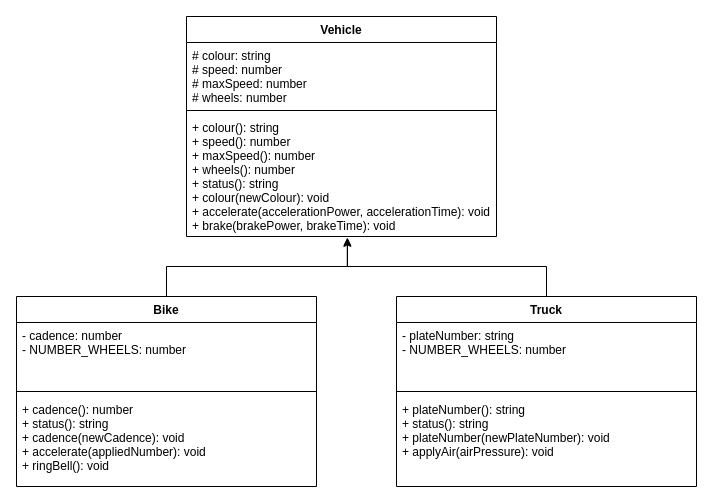
Above: Unit2-09/design/class_diagram.drawio in Kenny-Le-281/ICS4U-Unit2-Kenny-Le (draw.io), before the change. Source tidied: cells renumbered, new cells numbered last; positions are measured from the earlier drawing's top-left corner, leaving out a move shared by most shapes. Both pictures are drawn from the tidied source at 100%, with x=0, y=0 at pixel (16, 16).
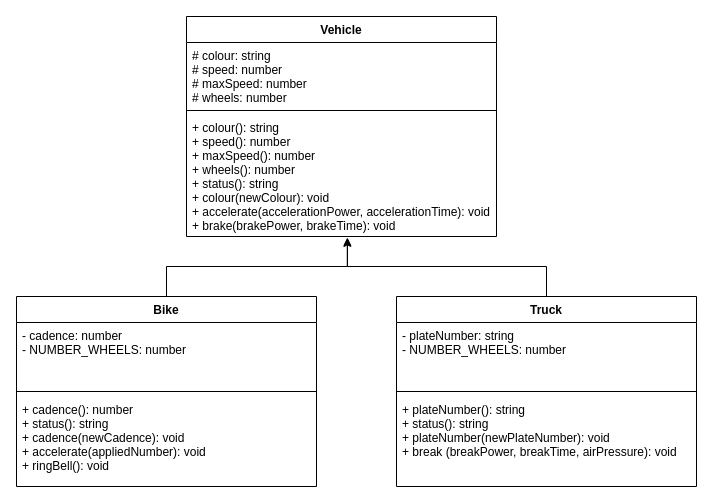
The same page after the edit.

The edit, as a diff of the source:
```diff
@@
 <mxGraphModel>
   <root>
     <mxCell id="0" />
     <mxCell id="1" parent="0" />
     <mxCell id="2" value="Vehicle" style="swimlane;fontStyle=1;align=center;verticalAlign=top;horizontal=1;startSize=26;" parent="1" vertex="1">
       <mxGeometry x="170" width="310" height="220" as="geometry" />
     </mxCell>
     <mxCell id="3" value="# colour: string&#10;# speed: number&#10;# maxSpeed: number&#10;# wheels: number" style="text;strokeColor=none;fillColor=none;align=left;verticalAlign=top;spacingLeft=4;spacingRight=4;overflow=hidden;" parent="2" vertex="1">
       <mxGeometry y="26" width="310" height="64" as="geometry" />
     </mxCell>
     <mxCell id="4" style="line;strokeWidth=1;fillColor=none;align=left;verticalAlign=middle;spacingTop=-1;spacingLeft=3;spacingRight=3;labelPosition=right;strokeColor=inherit;" parent="2" vertex="1">
       <mxGeometry y="90" width="310" height="8" as="geometry" />
     </mxCell>
     <mxCell id="5" value="+ colour(): string&#10;+ speed(): number&#10;+ maxSpeed(): number&#10;+ wheels(): number&#10;+ status(): string&#10;+ colour(newColour): void&#10;+ accelerate(accelerationPower, accelerationTime): void&#10;+ brake(brakePower, brakeTime): void" style="text;strokeColor=none;fillColor=none;align=left;verticalAlign=top;spacingLeft=4;spacingRight=4;overflow=hidden;points=[[0,0.5],[1,0.5]];portConstraint=eastwest;" parent="2" vertex="1">
       <mxGeometry y="98" width="310" height="122" as="geometry" />
     </mxCell>
     <mxCell id="6" style="edgeStyle=elbowEdgeStyle;rounded=0;elbow=vertical;html=1;entryX=0.519;entryY=1.016;entryDx=0;entryDy=0;entryPerimeter=0;" parent="1" edge="1" source="7" target="5">
       <mxGeometry relative="1" as="geometry">
         <Array as="points">
           <mxPoint x="530" y="250" />
           <mxPoint x="430" y="250" />
         </Array>
       </mxGeometry>
     </mxCell>
     <mxCell id="7" value="Truck" style="swimlane;fontStyle=1;align=center;verticalAlign=top;horizontal=1;startSize=26;" parent="1" vertex="1">
       <mxGeometry x="380" y="280" width="300" height="190" as="geometry" />
     </mxCell>
     <mxCell id="8" value="- plateNumber: string&#10;- NUMBER_WHEELS: number" style="text;strokeColor=none;fillColor=none;align=left;verticalAlign=top;spacingLeft=4;spacingRight=4;overflow=hidden;" parent="7" vertex="1">
       <mxGeometry y="26" width="300" height="64" as="geometry" />
     </mxCell>
     <mxCell id="9" style="line;strokeWidth=1;fillColor=none;align=left;verticalAlign=middle;spacingTop=-1;spacingLeft=3;spacingRight=3;labelPosition=right;strokeColor=inherit;" parent="7" vertex="1">
       <mxGeometry y="90" width="300" height="10" as="geometry" />
     </mxCell>
-    <mxCell id="10" value="+ plateNumber(): string&#10;+ status(): string&#10;+ plateNumber(newPlateNumber): void&#10;+ applyAir(airPressure): void" style="text;strokeColor=none;fillColor=none;align=left;verticalAlign=top;spacingLeft=4;spacingRight=4;overflow=hidden;" parent="7" vertex="1">
+    <mxCell id="10" value="+ plateNumber(): string&#10;+ status(): string&#10;+ plateNumber(newPlateNumber): void&#10;+ break (breakPower, breakTime, airPressure): void" style="text;strokeColor=none;fillColor=none;align=left;verticalAlign=top;spacingLeft=4;spacingRight=4;overflow=hidden;" parent="7" vertex="1">
       <mxGeometry y="100" width="300" height="90" as="geometry" />
     </mxCell>
     <mxCell id="11" style="edgeStyle=elbowEdgeStyle;html=1;entryX=0.519;entryY=1.008;entryDx=0;entryDy=0;entryPerimeter=0;elbow=vertical;rounded=0;" parent="1" edge="1" source="12" target="5">
       <mxGeometry relative="1" as="geometry" />
     </mxCell>
     <mxCell id="12" value="Bike" style="swimlane;fontStyle=1;align=center;verticalAlign=top;horizontal=1;startSize=26;" parent="1" vertex="1">
       <mxGeometry y="280" width="300" height="190" as="geometry" />
     </mxCell>
     <mxCell id="13" value="- cadence: number&#10;- NUMBER_WHEELS: number" style="text;strokeColor=none;fillColor=none;align=left;verticalAlign=top;spacingLeft=4;spacingRight=4;overflow=hidden;" parent="12" vertex="1">
       <mxGeometry y="26" width="300" height="64" as="geometry" />
     </mxCell>
     <mxCell id="14" style="line;strokeWidth=1;fillColor=none;align=left;verticalAlign=middle;spacingTop=-1;spacingLeft=3;spacingRight=3;labelPosition=right;strokeColor=inherit;" parent="12" vertex="1">
       <mxGeometry y="90" width="300" height="10" as="geometry" />
     </mxCell>
     <mxCell id="15" value="+ cadence(): number&#10;+ status(): string&#10;+ cadence(newCadence): void&#10;+ accelerate(appliedNumber): void&#10;+ ringBell(): void" style="text;strokeColor=none;fillColor=none;align=left;verticalAlign=top;spacingLeft=4;spacingRight=4;overflow=hidden;" parent="12" vertex="1">
       <mxGeometry y="100" width="300" height="90" as="geometry" />
     </mxCell>
   </root>
 </mxGraphModel>
```
